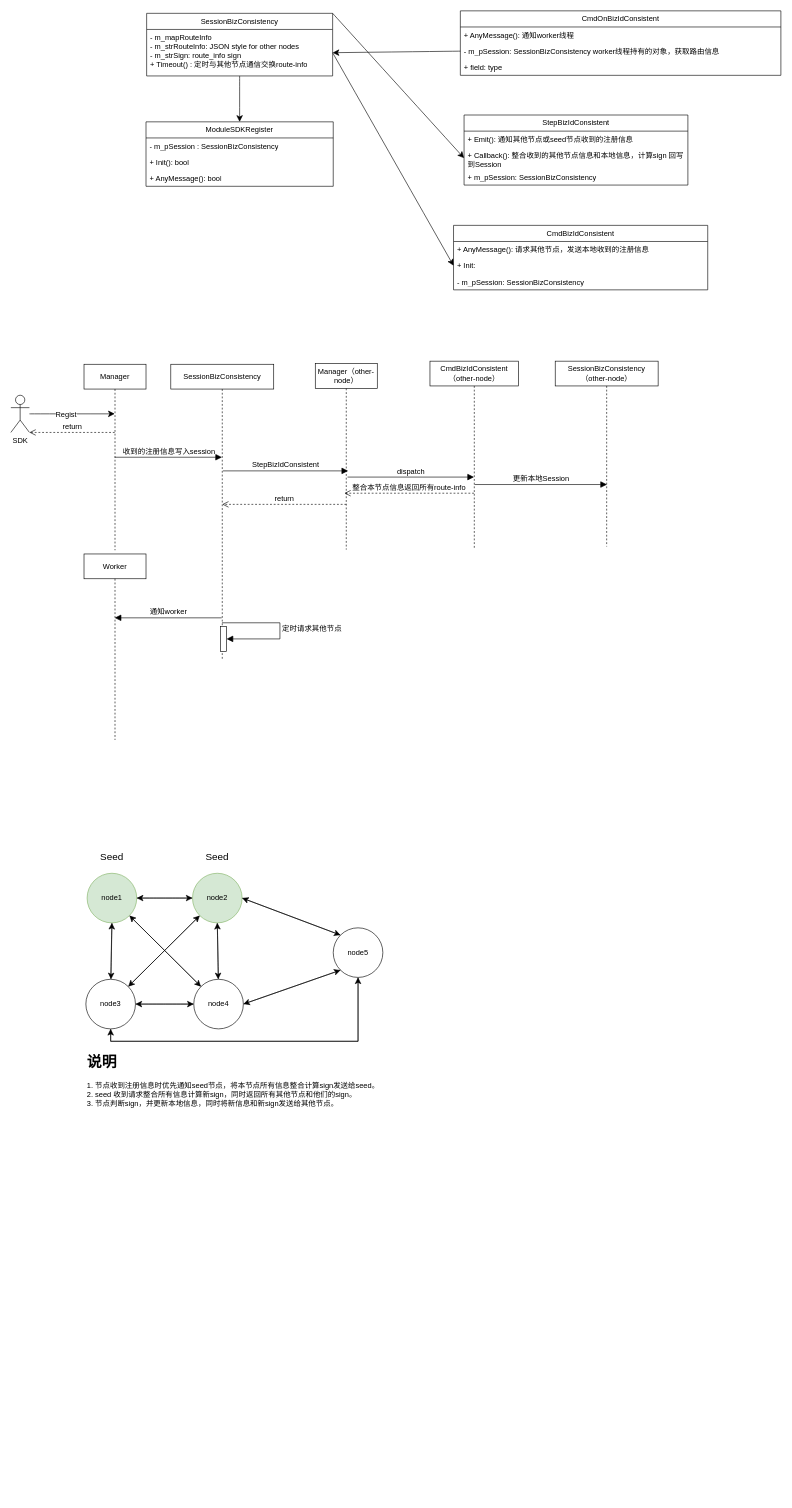
Earlier version of the draw.io diagram ups-sdk-server.drawio (Ta10n/architectures). Source tidied: cells renumbered, new cells numbered last; positions are measured from the earlier drawing's top-left corner, leaving out a move shared by most shapes. Both pictures are drawn from the tidied source at 62%, with x=0, y=0 at pixel (11, 11).
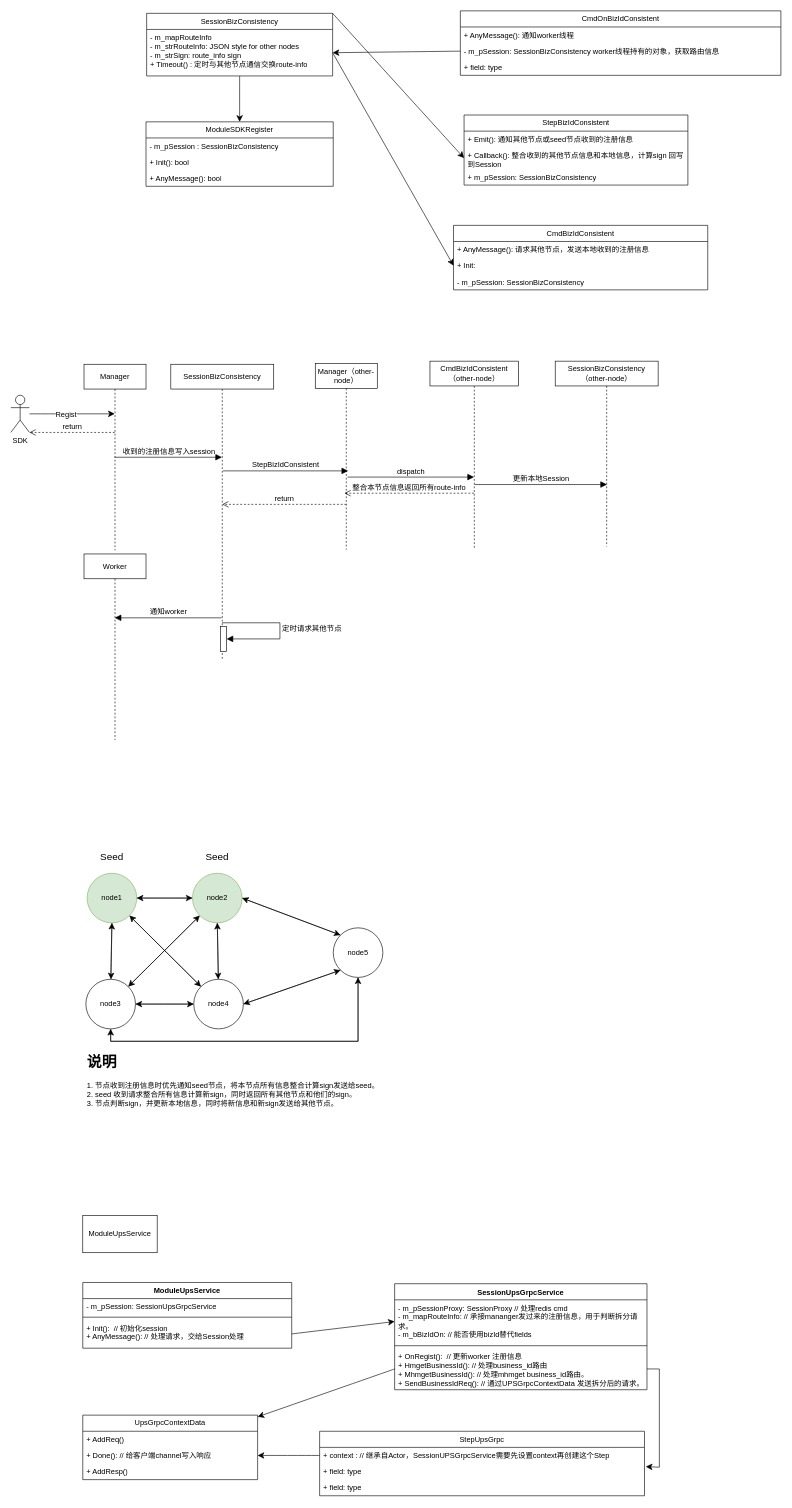
After the change.

Change to the diagram source:
```diff
@@
+    <mxCell id="69" value="ModuleUpsService" style="rounded=0;whiteSpace=wrap;html=1;" parent="1" vertex="1">
+      <mxGeometry x="116" y="1943" width="120" height="60" as="geometry" />
+    </mxCell>
+    <mxCell id="70" value="ModuleUpsService" style="swimlane;fontStyle=1;align=center;verticalAlign=top;horizontal=1;startSize=26;whiteSpace=wrap;html=1;" parent="1" vertex="1">
+      <mxGeometry x="116" y="2051" width="337" height="106" as="geometry" />
+    </mxCell>
+    <mxCell id="71" value="- m_pSession: SessionUpsGrpcService" style="text;strokeColor=none;fillColor=none;align=left;verticalAlign=top;spacingLeft=4;spacingRight=4;overflow=hidden;whiteSpace=wrap;html=1;" parent="70" vertex="1">
+      <mxGeometry y="26" width="337" height="26" as="geometry" />
+    </mxCell>
+    <mxCell id="72" style="line;strokeWidth=1;fillColor=none;align=left;verticalAlign=middle;spacingTop=-1;spacingLeft=3;spacingRight=3;labelPosition=right;strokeColor=inherit;" parent="70" vertex="1">
+      <mxGeometry y="52" width="337" height="8" as="geometry" />
+    </mxCell>
+    <mxCell id="73" value="+ Init():&amp;nbsp; // 初始化session&lt;div&gt;+ AnyMessage(): // 处理请求，交给Session处理&lt;/div&gt;" style="text;strokeColor=none;fillColor=none;align=left;verticalAlign=top;spacingLeft=4;spacingRight=4;overflow=hidden;points=[[0,0.5],[1,0.5]];portConstraint=eastwest;whiteSpace=wrap;html=1;" parent="70" vertex="1">
+      <mxGeometry y="60" width="337" height="46" as="geometry" />
+    </mxCell>
+    <mxCell id="74" value="SessionUpsGrpcService" style="swimlane;fontStyle=1;align=center;verticalAlign=top;horizontal=1;startSize=26;whiteSpace=wrap;html=1;" parent="1" vertex="1">
+      <mxGeometry x="619" y="2053" width="407" height="171" as="geometry" />
+    </mxCell>
+    <mxCell id="75" value="- m_pSessionProxy: SessionProxy // 处理redis cmd&lt;div&gt;- m_mapRouteInfo: // 承接mananger发过来的注册信息，用于判断拆分请求。&lt;/div&gt;&lt;div&gt;- m_bBizIdOn: // 能否使用bizId替代fields&lt;/div&gt;" style="text;strokeColor=none;fillColor=none;align=left;verticalAlign=top;spacingLeft=4;spacingRight=4;overflow=hidden;points=[[0,0.5],[1,0.5]];portConstraint=eastwest;whiteSpace=wrap;html=1;" parent="74" vertex="1">
+      <mxGeometry y="26" width="407" height="70" as="geometry" />
+    </mxCell>
+    <mxCell id="76" style="line;strokeWidth=1;fillColor=none;align=left;verticalAlign=middle;spacingTop=-1;spacingLeft=3;spacingRight=3;labelPosition=right;strokeColor=inherit;" parent="74" vertex="1">
+      <mxGeometry y="96" width="407" height="8" as="geometry" />
+    </mxCell>
+    <mxCell id="77" value="+ OnRegist():&amp;nbsp; // 更新worker 注册信息&lt;div&gt;+ HmgetBusinessId(): // 处理business_id路由&lt;/div&gt;&lt;div&gt;+ MhmgetBusinessId(): // 处理mhmget business_id路由。&lt;/div&gt;&lt;div&gt;+ SendBusinessIdReq(): // 通过UPSGrpcContextData 发送拆分后的请求。&lt;/div&gt;" style="text;strokeColor=none;fillColor=none;align=left;verticalAlign=top;spacingLeft=4;spacingRight=4;overflow=hidden;points=[[0,0.5],[1,0.5]];portConstraint=eastwest;whiteSpace=wrap;html=1;" parent="74" vertex="1">
+      <mxGeometry y="104" width="407" height="67" as="geometry" />
+    </mxCell>
+    <mxCell id="78" value="UpsGrpcContextData" style="swimlane;fontStyle=0;horizontal=1;startSize=26;fillColor=none;whiteSpace=wrap;html=1;" parent="1" vertex="1">
+      <mxGeometry x="116" y="2265" width="282" height="104" as="geometry" />
+    </mxCell>
+    <mxCell id="79" value="+ AddReq()&lt;div&gt;&lt;br&gt;&lt;/div&gt;" style="text;strokeColor=none;fillColor=none;align=left;verticalAlign=top;spacingLeft=4;spacingRight=4;overflow=hidden;whiteSpace=wrap;html=1;" parent="78" vertex="1">
+      <mxGeometry y="26" width="282" height="26" as="geometry" />
+    </mxCell>
+    <mxCell id="80" value="+ Done(): // 给客户端channel写入响应" style="text;strokeColor=none;fillColor=none;align=left;verticalAlign=top;spacingLeft=4;spacingRight=4;overflow=hidden;points=[[0,0.5],[1,0.5]];portConstraint=eastwest;whiteSpace=wrap;html=1;" parent="78" vertex="1">
+      <mxGeometry y="52" width="282" height="26" as="geometry" />
+    </mxCell>
+    <mxCell id="81" value="+ AddResp()" style="text;strokeColor=none;fillColor=none;align=left;verticalAlign=top;spacingLeft=4;spacingRight=4;overflow=hidden;whiteSpace=wrap;html=1;" parent="78" vertex="1">
+      <mxGeometry y="78" width="282" height="26" as="geometry" />
+    </mxCell>
+    <mxCell id="82" value="StepUpsGrpc" style="swimlane;fontStyle=0;horizontal=1;startSize=26;fillColor=none;whiteSpace=wrap;html=1;" parent="1" vertex="1">
+      <mxGeometry x="498" y="2291" width="524" height="104" as="geometry" />
+    </mxCell>
+    <mxCell id="83" value="+ context : // 继承自Actor，SessionUPSGrpcService需要先设置context再创建这个Step" style="text;strokeColor=none;fillColor=none;align=left;verticalAlign=top;spacingLeft=4;spacingRight=4;overflow=hidden;points=[[0,0.5],[1,0.5]];portConstraint=eastwest;whiteSpace=wrap;html=1;" parent="82" vertex="1">
+      <mxGeometry y="26" width="524" height="26" as="geometry" />
+    </mxCell>
+    <mxCell id="84" value="+ field: type" style="text;strokeColor=none;fillColor=none;align=left;verticalAlign=top;spacingLeft=4;spacingRight=4;overflow=hidden;points=[[0,0.5],[1,0.5]];portConstraint=eastwest;whiteSpace=wrap;html=1;" parent="82" vertex="1">
+      <mxGeometry y="52" width="524" height="26" as="geometry" />
+    </mxCell>
+    <mxCell id="85" value="+ field: type" style="text;strokeColor=none;fillColor=none;align=left;verticalAlign=top;spacingLeft=4;spacingRight=4;overflow=hidden;whiteSpace=wrap;html=1;" parent="82" vertex="1">
+      <mxGeometry y="78" width="524" height="26" as="geometry" />
+    </mxCell>
+    <mxCell id="86" style="edgeStyle=none;curved=1;rounded=0;jettySize=auto;html=1;exitX=1;exitY=0.5;exitDx=0;exitDy=0;entryX=0;entryY=0.5;entryDx=0;entryDy=0;fontSize=12;startSize=8;endSize=8;" parent="1" edge="1" source="73" target="75">
+      <mxGeometry relative="1" as="geometry" />
+    </mxCell>
+    <mxCell id="87" style="edgeStyle=none;curved=1;rounded=0;jettySize=auto;html=1;exitX=0;exitY=0.5;exitDx=0;exitDy=0;fontSize=12;startSize=8;endSize=8;" parent="1" edge="1" source="77" target="78">
+      <mxGeometry relative="1" as="geometry" />
+    </mxCell>
+    <mxCell id="88" style="edgeStyle=orthogonalEdgeStyle;rounded=0;jettySize=auto;html=1;exitX=1;exitY=0.5;exitDx=0;exitDy=0;entryX=1.004;entryY=0.192;entryDx=0;entryDy=0;entryPerimeter=0;fontSize=12;startSize=8;endSize=8;" parent="1" edge="1" source="77" target="84">
+      <mxGeometry relative="1" as="geometry">
+        <Array as="points">
+          <mxPoint x="1046" y="2191" />
+          <mxPoint x="1046" y="2349" />
+        </Array>
+      </mxGeometry>
+    </mxCell>
+    <mxCell id="89" style="edgeStyle=none;curved=1;rounded=0;jettySize=auto;html=1;exitX=0;exitY=0.5;exitDx=0;exitDy=0;entryX=1;entryY=0.5;entryDx=0;entryDy=0;fontSize=12;startSize=8;endSize=8;" parent="1" edge="1" source="83" target="80">
+      <mxGeometry relative="1" as="geometry" />
+    </mxCell>
```
